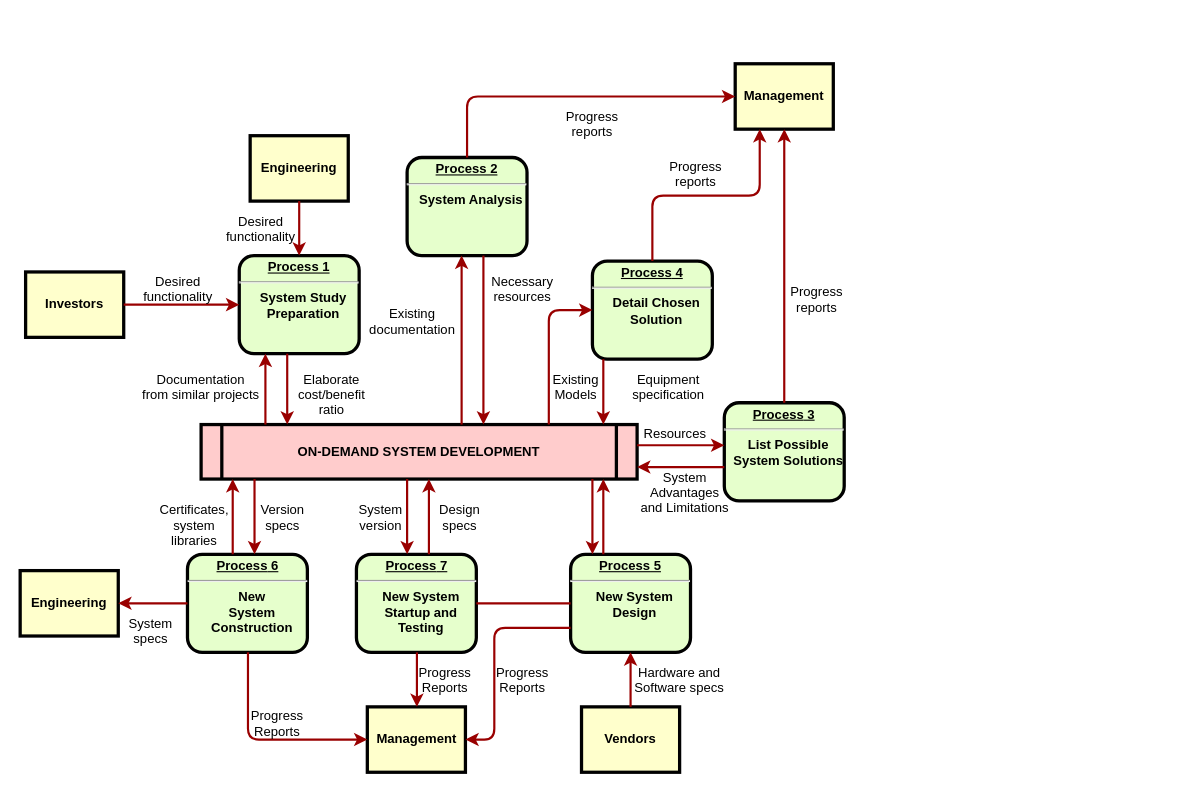
The draw.io diagram subject21/未命名绘图.drawio in Qunz/drawio, before the edit. Source tidied: cells renumbered, new cells numbered last; positions are measured from the earlier drawing's top-left corner, leaving out a move shared by most shapes. Both pictures are drawn from the tidied source at 109%, with x=0, y=0 at pixel (20, 63).
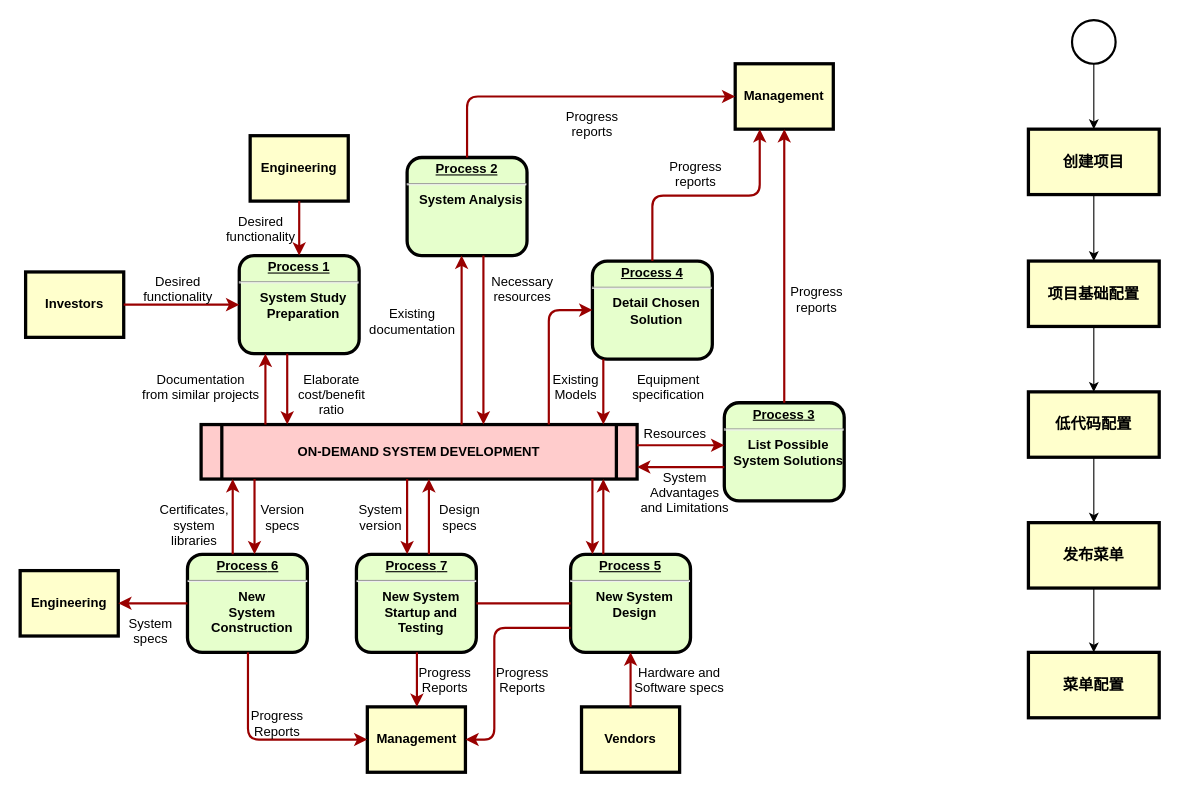
The same page after the edit.

Commit message:
更新未命名绘图.drawio

Change to the diagram source:
```diff
@@
+    <mxCell id="63" style="edgeStyle=orthogonalEdgeStyle;rounded=0;jettySize=auto;html=1;" parent="1" edge="1" source="64" target="68">
+      <mxGeometry relative="1" as="geometry" />
+    </mxCell>
+    <mxCell id="64" value="创建项目" style="whiteSpace=wrap;align=center;verticalAlign=middle;fontStyle=1;strokeWidth=3;fillColor=#FFFFCC;fontSize=14;" parent="1" vertex="1">
+      <mxGeometry x="925" y="60" width="120" height="60" as="geometry" />
+    </mxCell>
+    <mxCell id="65" style="edgeStyle=orthogonalEdgeStyle;rounded=0;jettySize=auto;html=1;" parent="1" edge="1" source="66" target="64">
+      <mxGeometry relative="1" as="geometry" />
+    </mxCell>
+    <mxCell id="66" style="strokeWidth=2;html=1;shape=mxgraph.flowchart.start_2;whiteSpace=wrap;" parent="1" vertex="1">
+      <mxGeometry x="965" y="-40" width="40" height="40" as="geometry" />
+    </mxCell>
+    <mxCell id="67" style="edgeStyle=orthogonalEdgeStyle;rounded=0;jettySize=auto;html=1;" parent="1" edge="1" source="68" target="70">
+      <mxGeometry relative="1" as="geometry" />
+    </mxCell>
+    <mxCell id="68" value="项目基础配置" style="whiteSpace=wrap;align=center;verticalAlign=middle;fontStyle=1;strokeWidth=3;fillColor=#FFFFCC;fontSize=14;" parent="1" vertex="1">
+      <mxGeometry x="925" y="181" width="120" height="60" as="geometry" />
+    </mxCell>
+    <mxCell id="69" style="edgeStyle=orthogonalEdgeStyle;rounded=0;jettySize=auto;html=1;" parent="1" edge="1" source="70" target="72">
+      <mxGeometry relative="1" as="geometry" />
+    </mxCell>
+    <mxCell id="70" value="低代码配置" style="whiteSpace=wrap;align=center;verticalAlign=middle;fontStyle=1;strokeWidth=3;fillColor=#FFFFCC;fontSize=14;" parent="1" vertex="1">
+      <mxGeometry x="925" y="301" width="120" height="60" as="geometry" />
+    </mxCell>
+    <mxCell id="71" style="edgeStyle=orthogonalEdgeStyle;rounded=0;jettySize=auto;html=1;" parent="1" edge="1" source="72" target="73">
+      <mxGeometry relative="1" as="geometry" />
+    </mxCell>
+    <mxCell id="72" value="发布菜单" style="whiteSpace=wrap;align=center;verticalAlign=middle;fontStyle=1;strokeWidth=3;fillColor=#FFFFCC;fontSize=14;" parent="1" vertex="1">
+      <mxGeometry x="925" y="421" width="120" height="60" as="geometry" />
+    </mxCell>
+    <mxCell id="73" value="菜单配置" style="whiteSpace=wrap;align=center;verticalAlign=middle;fontStyle=1;strokeWidth=3;fillColor=#FFFFCC;fontSize=14;" parent="1" vertex="1">
+      <mxGeometry x="925" y="540" width="120" height="60" as="geometry" />
+    </mxCell>
```
